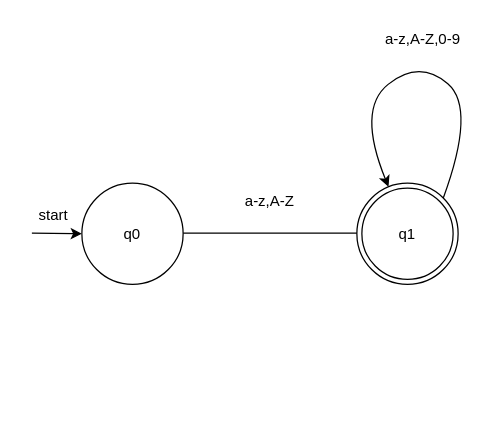
Dimitry-bit/tiny-compiler keeps this draw.io diagram as docs/DFA/src/identifier.drawio. Above is the earlier version. Source tidied: cells renumbered, new cells numbered last; positions are measured from the earlier drawing's top-left corner, leaving out a move shared by most shapes. Both pictures are drawn from the tidied source at 125%, with x=0, y=0 at pixel (21, 21).
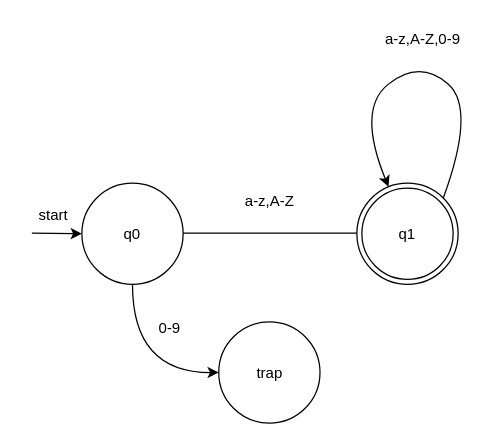
The same diagram, later.

Commit message (it also covers changes not shown here):
fix: add trap state to identifier's DFA

Change to the diagram source:
```diff
@@
 <mxGraphModel>
   <root>
     <mxCell id="0" />
     <mxCell id="1" parent="0" />
     <mxCell id="2" style="endArrow=classic;html=1;rounded=0;" parent="1" edge="1" target="4">
       <mxGeometry relative="1" as="geometry">
         <mxPoint x="8" y="169" as="sourcePoint" />
       </mxGeometry>
     </mxCell>
     <mxCell id="3" style="edgeStyle=orthogonalEdgeStyle;rounded=0;jettySize=auto;html=1;" parent="1" edge="1" source="4">
       <mxGeometry relative="1" as="geometry">
         <mxPoint x="278" y="169" as="targetPoint" />
       </mxGeometry>
     </mxCell>
+    <mxCell id="10" style="edgeStyle=orthogonalEdgeStyle;rounded=0;jettySize=auto;html=1;exitX=0.5;exitY=1;exitDx=0;exitDy=0;entryX=0;entryY=0.5;entryDx=0;entryDy=0;curved=1;" parent="1" edge="1" source="4" target="11">
+      <mxGeometry relative="1" as="geometry" />
+    </mxCell>
     <mxCell id="4" value="q0" style="ellipse;whiteSpace=wrap;html=1;" parent="1" vertex="1">
       <mxGeometry x="48" y="129" width="81" height="81" as="geometry" />
     </mxCell>
     <mxCell id="5" value="start" style="text;html=1;align=center;verticalAlign=middle;strokeColor=none;fillColor=none;" parent="1" vertex="1">
       <mxGeometry y="140" width="50" height="30" as="geometry" />
     </mxCell>
     <mxCell id="6" value="a-z,A-Z" style="text;html=1;align=center;verticalAlign=middle;strokeColor=none;fillColor=none;" parent="1" vertex="1">
       <mxGeometry x="168" y="129" width="60" height="30" as="geometry" />
     </mxCell>
     <mxCell id="7" value="q1" style="ellipse;shape=doubleEllipse;whiteSpace=wrap;html=1;" parent="1" vertex="1">
       <mxGeometry x="268" y="129" width="81" height="81" as="geometry" />
     </mxCell>
     <mxCell id="8" style="endArrow=classic;html=1;rounded=0;exitX=1;exitY=0;exitDx=0;exitDy=0;flowAnimation=0;curved=1;" parent="1" edge="1" source="7" target="7">
       <mxGeometry relative="1" as="geometry">
         <Array as="points">
           <mxPoint x="363.5" y="69" />
           <mxPoint x="318" y="30" />
           <mxPoint x="268" y="70" />
         </Array>
       </mxGeometry>
     </mxCell>
     <mxCell id="9" value="&lt;span style=&quot;text-align: center; text-wrap-mode: nowrap;&quot;&gt;a-z,A-Z,0-9&lt;/span&gt;" style="text;whiteSpace=wrap;html=1;" parent="1" vertex="1">
-      <mxGeometry x="289" width="60" height="40" as="geometry" />
+      <mxGeometry x="289" width="69" height="40" as="geometry" />
     </mxCell>
+    <mxCell id="11" value="trap" style="ellipse;whiteSpace=wrap;html=1;" parent="1" vertex="1">
+      <mxGeometry x="157.5" y="240" width="81" height="81" as="geometry" />
+    </mxCell>
+    <mxCell id="12" value="0-9" style="text;html=1;align=center;verticalAlign=middle;strokeColor=none;fillColor=none;" parent="1" vertex="1">
+      <mxGeometry x="98" y="230" width="40" height="30" as="geometry" />
+    </mxCell>
   </root>
 </mxGraphModel>
```
